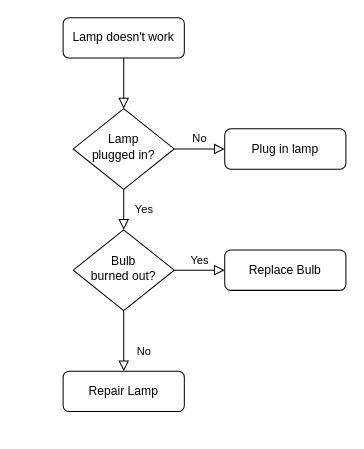
Earlier version of the draw.io diagram drawio/用户登录流程图.drawio (jhongxu/image-hosting). Source tidied: cells renumbered, new cells numbered last; positions are measured from the earlier drawing's top-left corner, leaving out a move shared by most shapes. Both pictures are drawn from the tidied source at 101%, with x=0, y=0 at pixel (63, 17).
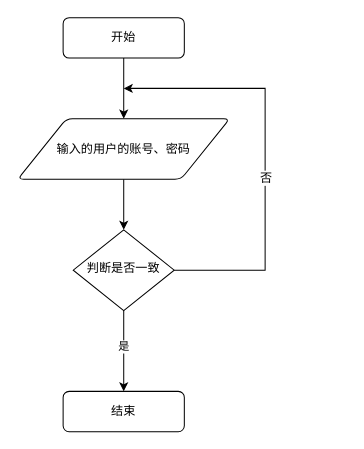
The same diagram, later.

Commit message:
更新用户登录流程图.drawio

What changed in the source:
```diff
@@
 <mxGraphModel>
   <root>
     <mxCell id="0" />
     <mxCell id="1" parent="0" />
-    <mxCell id="2" style="rounded=0;html=1;jettySize=auto;fontSize=11;endArrow=block;endFill=0;endSize=8;strokeWidth=1;shadow=0;labelBackgroundColor=none;edgeStyle=orthogonalEdgeStyle;" parent="1" edge="1" source="3" target="6">
-      <mxGeometry relative="1" as="geometry" />
-    </mxCell>
+    <mxCell id="13" style="edgeStyle=orthogonalEdgeStyle;rounded=0;jettySize=auto;html=1;entryX=0.5;entryY=0;entryDx=0;entryDy=0;" parent="1" edge="1" source="3" target="17">
+      <mxGeometry relative="1" as="geometry" />
+    </mxCell>
-    <mxCell id="3" value="Lamp doesn't work" style="rounded=1;whiteSpace=wrap;html=1;fontSize=12;glass=0;strokeWidth=1;shadow=0;" parent="1" vertex="1">
+    <mxCell id="3" value="开始" style="rounded=1;whiteSpace=wrap;html=1;fontSize=12;glass=0;strokeWidth=1;shadow=0;" parent="1" vertex="1">
       <mxGeometry width="120" height="40" as="geometry" />
     </mxCell>
-    <mxCell id="4" value="Yes" style="rounded=0;html=1;jettySize=auto;fontSize=11;endArrow=block;endFill=0;endSize=8;strokeWidth=1;shadow=0;labelBackgroundColor=none;edgeStyle=orthogonalEdgeStyle;" parent="1" edge="1" source="6" target="10">
-      <mxGeometry y="20" relative="1" as="geometry" />
-    </mxCell>
-    <mxCell id="5" value="No" style="edgeStyle=orthogonalEdgeStyle;rounded=0;html=1;jettySize=auto;fontSize=11;endArrow=block;endFill=0;endSize=8;strokeWidth=1;shadow=0;labelBackgroundColor=none;" parent="1" edge="1" source="6" target="7">
-      <mxGeometry y="10" relative="1" as="geometry" />
-    </mxCell>
-    <mxCell id="6" value="Lamp&lt;br&gt;plugged in?" style="rhombus;whiteSpace=wrap;html=1;shadow=0;fontFamily=Helvetica;fontSize=12;align=center;strokeWidth=1;spacing=6;spacingTop=-4;" parent="1" vertex="1">
-      <mxGeometry x="10" y="90" width="100" height="80" as="geometry" />
-    </mxCell>
-    <mxCell id="7" value="Plug in lamp" style="rounded=1;whiteSpace=wrap;html=1;fontSize=12;glass=0;strokeWidth=1;shadow=0;" parent="1" vertex="1">
-      <mxGeometry x="160" y="110" width="120" height="40" as="geometry" />
-    </mxCell>
-    <mxCell id="8" value="No" style="rounded=0;html=1;jettySize=auto;fontSize=11;endArrow=block;endFill=0;endSize=8;strokeWidth=1;shadow=0;labelBackgroundColor=none;edgeStyle=orthogonalEdgeStyle;" parent="1" edge="1" source="10" target="11">
-      <mxGeometry x="0.33" y="20" relative="1" as="geometry" />
+    <mxCell id="8" value="是" style="edgeStyle=orthogonalEdgeStyle;rounded=0;jettySize=auto;html=1;exitX=0.5;exitY=1;exitDx=0;exitDy=0;" parent="1" edge="1" source="10" target="11">
+      <mxGeometry x="-0.09" relative="1" as="geometry">
+        <Array as="points">
+          <mxPoint x="60" y="320" />
+          <mxPoint x="60" y="320" />
+        </Array>
+      </mxGeometry>
     </mxCell>
-    <mxCell id="9" value="Yes" style="edgeStyle=orthogonalEdgeStyle;rounded=0;html=1;jettySize=auto;fontSize=11;endArrow=block;endFill=0;endSize=8;strokeWidth=1;shadow=0;labelBackgroundColor=none;" parent="1" edge="1" source="10" target="12">
-      <mxGeometry y="10" relative="1" as="geometry" />
-    </mxCell>
+    <mxCell id="14" style="edgeStyle=orthogonalEdgeStyle;rounded=0;jettySize=auto;html=1;exitX=1;exitY=0.5;exitDx=0;exitDy=0;" parent="1" edge="1" source="10">
+      <mxGeometry relative="1" as="geometry">
+        <mxPoint x="60" y="70" as="targetPoint" />
+        <Array as="points">
+          <mxPoint x="200" y="250" />
+          <mxPoint x="200" y="70" />
+        </Array>
+      </mxGeometry>
+    </mxCell>
+    <mxCell id="15" value="否" style="edgeLabel;html=1;align=center;verticalAlign=middle;fontSize=12;" parent="14" vertex="1">
+      <mxGeometry x="-0.2" relative="1" as="geometry">
+        <mxPoint y="-18" as="offset" />
+      </mxGeometry>
+    </mxCell>
-    <mxCell id="10" value="Bulb&lt;br&gt;burned out?" style="rhombus;whiteSpace=wrap;html=1;shadow=0;fontFamily=Helvetica;fontSize=12;align=center;strokeWidth=1;spacing=6;spacingTop=-4;" parent="1" vertex="1">
+    <mxCell id="10" value="判断是否一致" style="rhombus;whiteSpace=wrap;html=1;shadow=0;fontFamily=Helvetica;fontSize=12;align=center;strokeWidth=1;spacing=6;spacingTop=-4;" parent="1" vertex="1">
       <mxGeometry x="10" y="210" width="100" height="80" as="geometry" />
     </mxCell>
-    <mxCell id="11" value="Repair Lamp" style="rounded=1;whiteSpace=wrap;html=1;fontSize=12;glass=0;strokeWidth=1;shadow=0;" parent="1" vertex="1">
-      <mxGeometry y="350" width="120" height="40" as="geometry" />
+    <mxCell id="11" value="结束" style="rounded=1;whiteSpace=wrap;html=1;fontSize=12;glass=0;strokeWidth=1;shadow=0;" parent="1" vertex="1">
+      <mxGeometry y="370" width="120" height="40" as="geometry" />
     </mxCell>
-    <mxCell id="12" value="Replace Bulb" style="rounded=1;whiteSpace=wrap;html=1;fontSize=12;glass=0;strokeWidth=1;shadow=0;" parent="1" vertex="1">
-      <mxGeometry x="160" y="230" width="120" height="40" as="geometry" />
-    </mxCell>
+    <mxCell id="16" style="edgeStyle=orthogonalEdgeStyle;rounded=0;jettySize=auto;html=1;exitX=0.5;exitY=1;exitDx=0;exitDy=0;entryX=0.5;entryY=0;entryDx=0;entryDy=0;" parent="1" edge="1" source="17" target="10">
+      <mxGeometry relative="1" as="geometry" />
+    </mxCell>
+    <mxCell id="17" value="输入的用户的账号、密码" style="shape=parallelogram;html=1;strokeWidth=1;perimeter=parallelogramPerimeter;whiteSpace=wrap;rounded=1;arcSize=12;size=0.23;" parent="1" vertex="1">
+      <mxGeometry x="-45" y="100" width="210" height="60" as="geometry" />
+    </mxCell>
   </root>
 </mxGraphModel>
```
